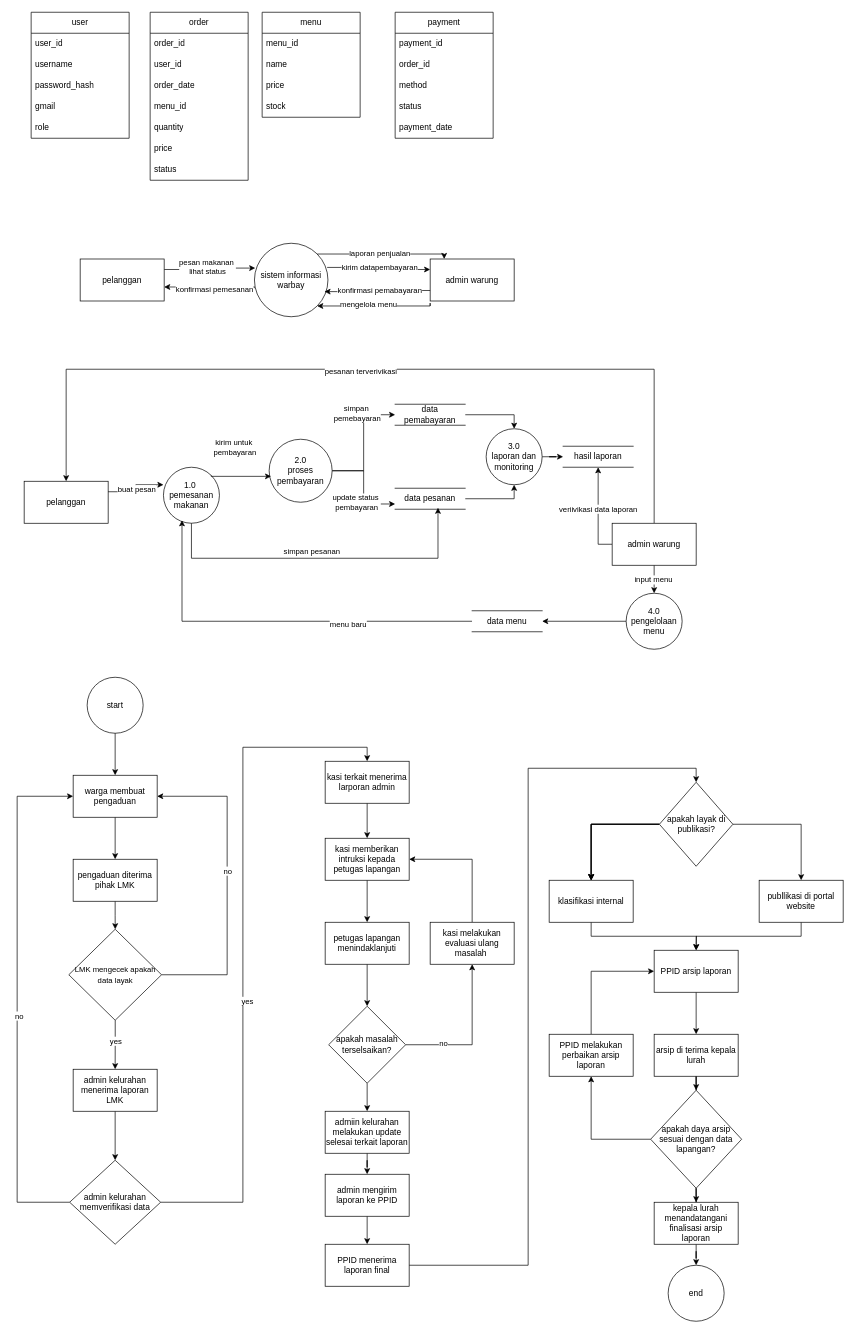
This is Diagram Tanpa Judul.drawio from sanusiamir/uas_blogs, a draw.io file, before an edit. Source tidied: cells renumbered, new cells numbered last; positions are measured from the earlier drawing's top-left corner, leaving out a move shared by most shapes. Both pictures are drawn from the tidied source at 70%, with x=0, y=0 at pixel (17, 12).
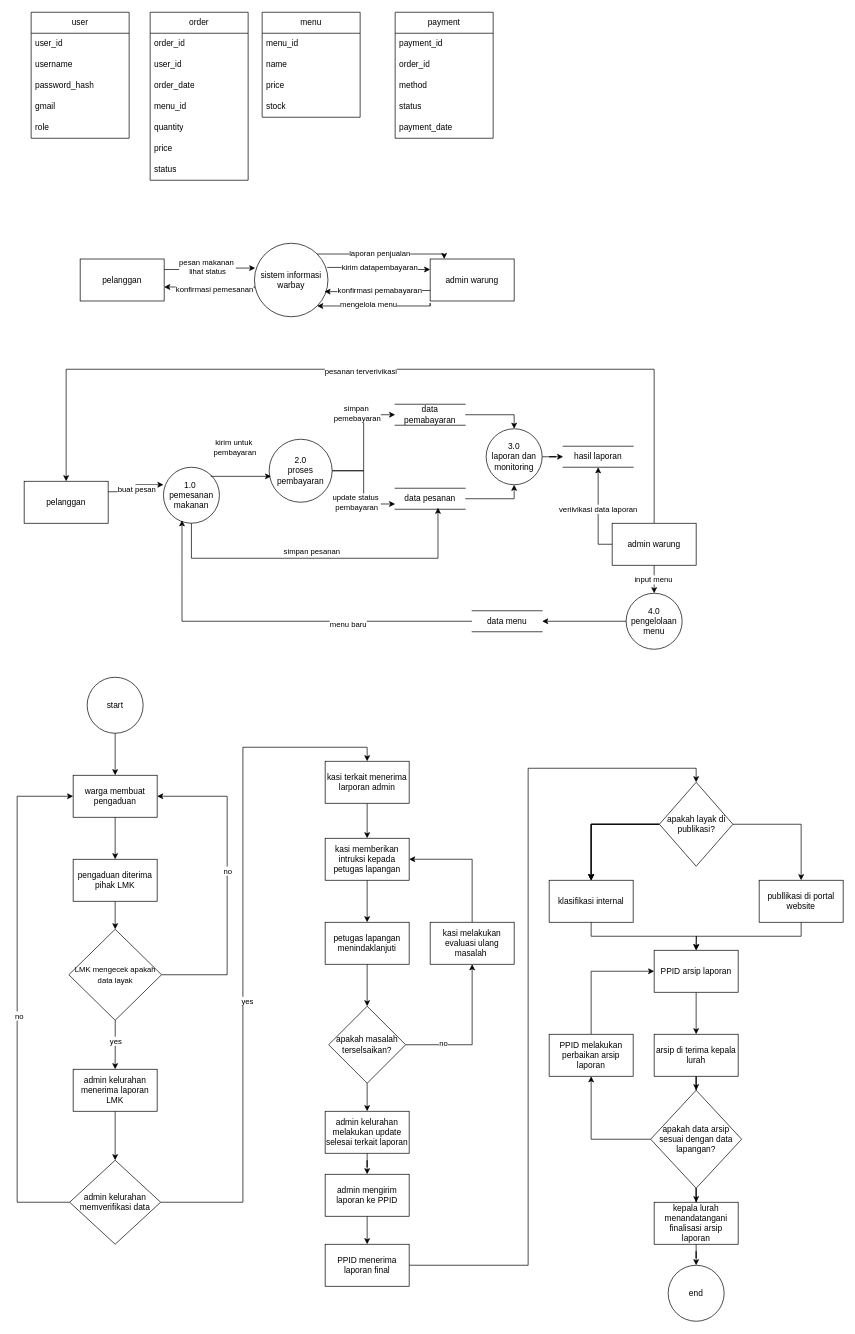
Above is the later version.

What changed in the source:
```diff
@@
-    <mxCell id="105" value="admiin kelurahan melakukan update selesai terkait laporan" style="whiteSpace=wrap;html=1;" parent="1" vertex="1">
+    <mxCell id="105" value="admin kelurahan melakukan update selesai terkait laporan" style="whiteSpace=wrap;html=1;" parent="1" vertex="1">
       <mxGeometry x="440" y="1570" width="120" height="60" as="geometry" />
     </mxCell>
@@
-    <mxCell id="126" value="apakah daya arsip sesuai dengan data lapangan?" style="rhombus;whiteSpace=wrap;html=1;" parent="1" vertex="1">
+    <mxCell id="126" value="apakah data arsip sesuai dengan data lapangan?" style="rhombus;whiteSpace=wrap;html=1;" parent="1" vertex="1">
       <mxGeometry x="905" y="1540" width="130" height="140" as="geometry" />
     </mxCell>
```
